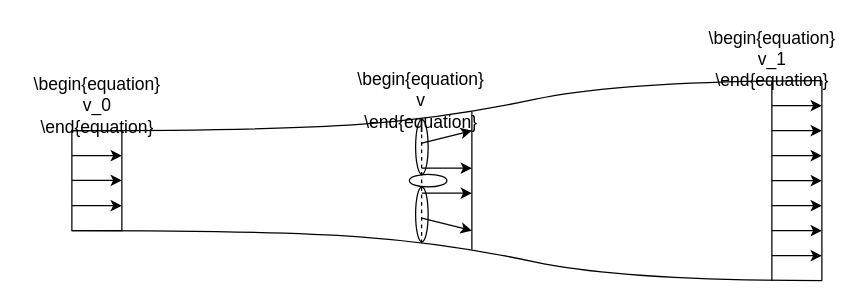
The draw.io diagram Graphics/FlowThroughRotor.drawio in MortMort/CA9_Writings, before the edit. Source tidied: cells renumbered, new cells numbered last; positions are measured from the earlier drawing's top-left corner, leaving out a move shared by most shapes. Both pictures are drawn from the tidied source at 125%, with x=0, y=0 at pixel (21, 21).
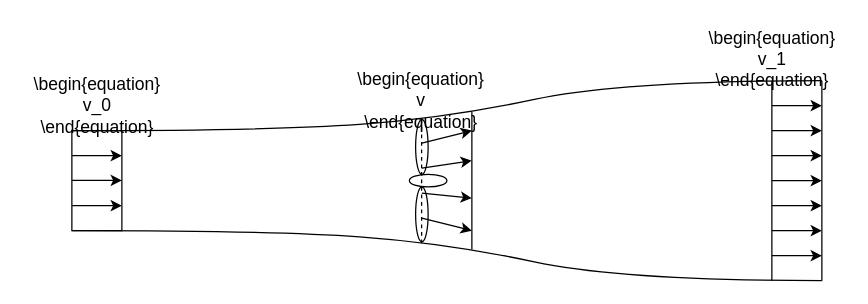
After the change.

The edit, as a diff of the source:
```diff
@@
-    <mxCell id="10" style="endArrow=classic;html=1;rounded=0;exitX=0;exitY=0.25;exitDx=0;exitDy=0;entryX=1;entryY=0.25;entryDx=0;entryDy=0;" parent="1" edge="1">
+    <mxCell id="10" style="endArrow=classic;html=1;rounded=0;exitX=0;exitY=0.25;exitDx=0;exitDy=0;" parent="1" edge="1">
       <mxGeometry relative="1" as="geometry">
         <mxPoint x="320" y="117" as="sourcePoint" />
-        <mxPoint x="360" y="117" as="targetPoint" />
+        <mxPoint x="360" y="111" as="targetPoint" />
       </mxGeometry>
     </mxCell>
-    <mxCell id="11" style="endArrow=classic;html=1;rounded=0;exitX=0;exitY=0.25;exitDx=0;exitDy=0;entryX=1;entryY=0.25;entryDx=0;entryDy=0;" parent="1" edge="1">
+    <mxCell id="11" style="endArrow=classic;html=1;rounded=0;exitX=0;exitY=0.25;exitDx=0;exitDy=0;" parent="1" edge="1">
       <mxGeometry relative="1" as="geometry">
         <mxPoint x="320" y="137" as="sourcePoint" />
-        <mxPoint x="360" y="137" as="targetPoint" />
+        <mxPoint x="360" y="141" as="targetPoint" />
       </mxGeometry>
     </mxCell>
```
